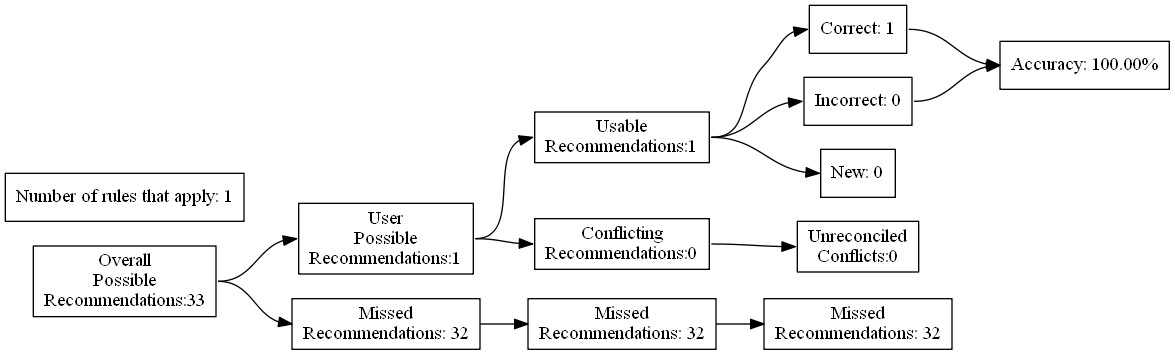
Before: test_renders/17.gv.png, a diagram exported from Graphviz (ZaxR/ibd_diet_analysis). Its source is kept beside it as test_renders/17.gv.
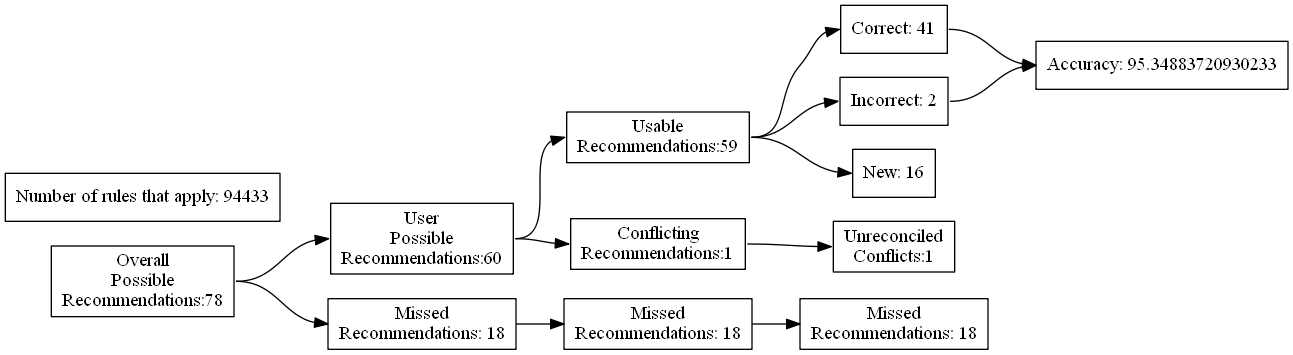
After the change.

Change to the diagram source:
```diff
@@ -4,27 +4,27 @@
 	edge [headport=w tailport=e]
 		A [label="Overall
 Possible
-Recommendations:33"]
+Recommendations:78"]
 		B [label="User
 Possible
+Recommendations:60"]
+		C [label="Missed
+Recommendations: 18"]
+		D [label="Usable
+Recommendations:59"]
+		E [label="Conflicting
 Recommendations:1"]
-		C [label="Missed
-Recommendations: 32"]
-		D [label="Usable
-Recommendations:1"]
-		E [label="Conflicting
-Recommendations:0"]
 		J [label="Missed
-Recommendations: 32"]
+Recommendations: 18"]
 		M [label="Unreconciled
-Conflicts:0"]
-		F [label="Correct: 1"]
-		G [label="Incorrect: 0"]
-		H [label="New: 0"]
+Conflicts:1"]
+		F [label="Correct: 41"]
+		G [label="Incorrect: 2"]
+		H [label="New: 16"]
 		K [label="Missed
-Recommendations: 32"]
-		I [label="Accuracy: 100.00%"]
-		l [label="Number of rules that apply: 1"]
+Recommendations: 18"]
+		I [label="Accuracy: 95.34883720930233"]
+		l [label="Number of rules that apply: 94433"]
 			A -> B
 			A -> C
 			B -> D
```
